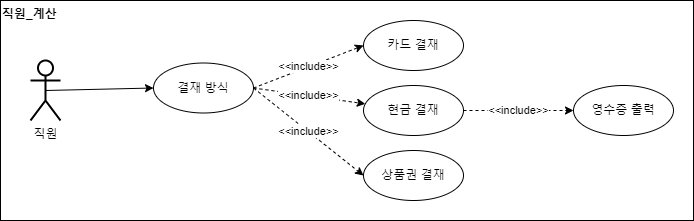
thelight0804/Design_pattern-Java keeps this draw.io diagram as Diagram/Use Case/img/1.10 Pay_Usecase.png. Above is the earlier version. Source tidied: cells renumbered, new cells last; positions are measured from the earlier drawing's top-left corner, leaving out a move shared by most shapes.
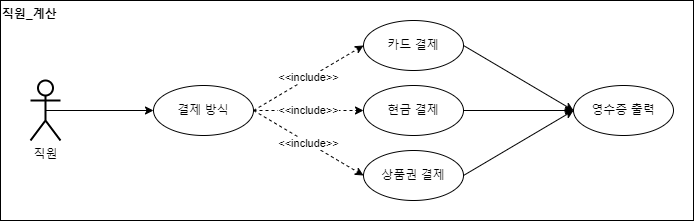
Above is the later version.

Diff of the diagram source:
```diff
@@ -3,7 +3,7 @@
     <mxCell id="0" />
     <mxCell id="1" parent="0" />
     <mxCell id="2" value="직원" style="shape=umlActor;verticalLabelPosition=bottom;verticalAlign=top;html=1;outlineConnect=0;strokeWidth=2;" parent="1" vertex="1">
-      <mxGeometry x="30" y="60" width="30" height="60" as="geometry" />
+      <mxGeometry x="30" y="80" width="30" height="60" as="geometry" />
     </mxCell>
     <mxCell id="3" value="직원_계산" style="text;html=1;strokeColor=#000000;fillColor=none;align=left;verticalAlign=top;rounded=0;fontStyle=1;fontColor=#000000;labelBackgroundColor=none;labelBorderColor=none;whiteSpace=wrap;" parent="1" vertex="1">
       <mxGeometry width="693" height="220" as="geometry" />
@@ -14,14 +14,14 @@
     <mxCell id="5" value="&amp;lt;&amp;lt;include&amp;gt;&amp;gt;" style="edgeStyle=none;rounded=0;jettySize=auto;html=1;entryX=0;entryY=0.5;entryDx=0;entryDy=0;fontColor=#000000;endArrow=classic;endFill=1;dashed=1;exitX=1;exitY=0.5;exitDx=0;exitDy=0;" parent="1" edge="1" source="8" target="6">
       <mxGeometry relative="1" as="geometry" />
     </mxCell>
-    <mxCell id="6" value="&lt;font color=&quot;#000000&quot;&gt;카드 결재&lt;br&gt;&lt;/font&gt;" style="ellipse;whiteSpace=wrap;html=1;fontColor=#B9E0A5;strokeColor=#000000;strokeWidth=1;" parent="1" vertex="1">
+    <mxCell id="6" value="&lt;font color=&quot;#000000&quot;&gt;카드 결&lt;/font&gt;&lt;span style=&quot;color: rgb(0, 0, 0);&quot;&gt;제&lt;/span&gt;&lt;font color=&quot;#000000&quot;&gt;&lt;br&gt;&lt;/font&gt;" style="ellipse;whiteSpace=wrap;html=1;fontColor=#B9E0A5;strokeColor=#000000;strokeWidth=1;" parent="1" vertex="1">
       <mxGeometry x="363" y="20" width="100" height="50" as="geometry" />
     </mxCell>
-    <mxCell id="7" value="&lt;font color=&quot;#000000&quot;&gt;현금 결재&lt;br&gt;&lt;/font&gt;" style="ellipse;whiteSpace=wrap;html=1;fontColor=#B9E0A5;strokeColor=#000000;strokeWidth=1;" parent="1" vertex="1">
+    <mxCell id="7" value="&lt;font color=&quot;#000000&quot;&gt;현금 결&lt;/font&gt;&lt;span style=&quot;color: rgb(0, 0, 0);&quot;&gt;제&lt;/span&gt;&lt;font color=&quot;#000000&quot;&gt;&lt;br&gt;&lt;/font&gt;" style="ellipse;whiteSpace=wrap;html=1;fontColor=#B9E0A5;strokeColor=#000000;strokeWidth=1;" parent="1" vertex="1">
       <mxGeometry x="363" y="85" width="100" height="50" as="geometry" />
     </mxCell>
-    <mxCell id="8" value="&lt;span style=&quot;color: rgb(0, 0, 0);&quot;&gt;결재 방식&lt;/span&gt;&lt;font color=&quot;#000000&quot;&gt;&lt;br&gt;&lt;/font&gt;" style="ellipse;whiteSpace=wrap;html=1;fontColor=#B9E0A5;strokeColor=#000000;strokeWidth=1;" parent="1" vertex="1">
-      <mxGeometry x="153" y="62.5" width="100" height="50" as="geometry" />
+    <mxCell id="8" value="&lt;span style=&quot;color: rgb(0, 0, 0);&quot;&gt;결&lt;/span&gt;&lt;span style=&quot;color: rgb(0, 0, 0);&quot;&gt;제&lt;/span&gt;&lt;span style=&quot;color: rgb(0, 0, 0);&quot;&gt;&amp;nbsp;방식&lt;/span&gt;&lt;font color=&quot;#000000&quot;&gt;&lt;br&gt;&lt;/font&gt;" style="ellipse;whiteSpace=wrap;html=1;fontColor=#B9E0A5;strokeColor=#000000;strokeWidth=1;" parent="1" vertex="1">
+      <mxGeometry x="153" y="85" width="100" height="50" as="geometry" />
     </mxCell>
     <mxCell id="9" style="edgeStyle=none;rounded=0;jettySize=auto;html=1;entryX=0;entryY=0.5;entryDx=0;entryDy=0;fontColor=#000000;endArrow=classic;endFill=1;exitX=0.5;exitY=0.5;exitDx=0;exitDy=0;exitPerimeter=0;" parent="1" edge="1" source="2" target="8">
       <mxGeometry relative="1" as="geometry" />
@@ -29,14 +29,20 @@
     <mxCell id="10" value="&lt;font color=&quot;#000000&quot;&gt;영수증 출력&lt;/font&gt;" style="ellipse;whiteSpace=wrap;html=1;fontColor=#B9E0A5;strokeColor=#000000;strokeWidth=1;" parent="1" vertex="1">
       <mxGeometry x="573" y="85" width="100" height="50" as="geometry" />
     </mxCell>
-    <mxCell id="11" value="&lt;font color=&quot;#000000&quot;&gt;상품권 결재&lt;br&gt;&lt;/font&gt;" style="ellipse;whiteSpace=wrap;html=1;fontColor=#B9E0A5;strokeColor=#000000;strokeWidth=1;" parent="1" vertex="1">
+    <mxCell id="11" value="&lt;font color=&quot;#000000&quot;&gt;상품권 결&lt;/font&gt;&lt;span style=&quot;color: rgb(0, 0, 0);&quot;&gt;제&lt;/span&gt;&lt;font color=&quot;#000000&quot;&gt;&lt;br&gt;&lt;/font&gt;" style="ellipse;whiteSpace=wrap;html=1;fontColor=#B9E0A5;strokeColor=#000000;strokeWidth=1;" parent="1" vertex="1">
       <mxGeometry x="363" y="150" width="100" height="50" as="geometry" />
     </mxCell>
     <mxCell id="12" value="&amp;lt;&amp;lt;include&amp;gt;&amp;gt;" style="edgeStyle=none;rounded=0;jettySize=auto;html=1;fontColor=#000000;endArrow=classic;endFill=1;dashed=1;exitX=1;exitY=0.5;exitDx=0;exitDy=0;entryX=0;entryY=0.5;entryDx=0;entryDy=0;" parent="1" edge="1" source="8" target="11">
       <mxGeometry relative="1" as="geometry" />
     </mxCell>
-    <mxCell id="13" value="&amp;lt;&amp;lt;include&amp;gt;&amp;gt;" style="edgeStyle=none;rounded=0;jettySize=auto;html=1;fontColor=#000000;endArrow=classic;endFill=1;dashed=1;exitX=1;exitY=0.5;exitDx=0;exitDy=0;entryX=0;entryY=0.5;entryDx=0;entryDy=0;" parent="1" edge="1" source="7" target="10">
+    <mxCell id="13" style="edgeStyle=none;rounded=0;jettySize=auto;html=1;fontColor=#000000;endArrow=classic;endFill=1;exitX=1;exitY=0.5;exitDx=0;exitDy=0;entryX=0;entryY=0.5;entryDx=0;entryDy=0;" parent="1" edge="1" source="7" target="10">
       <mxGeometry relative="1" as="geometry" />
     </mxCell>
+    <mxCell id="14" style="edgeStyle=none;rounded=0;jettySize=auto;html=1;fontColor=#000000;endArrow=classic;endFill=1;entryX=0;entryY=0.5;entryDx=0;entryDy=0;exitX=1;exitY=0.5;exitDx=0;exitDy=0;" parent="1" edge="1" source="6" target="10">
+      <mxGeometry relative="1" as="geometry" />
+    </mxCell>
+    <mxCell id="15" style="edgeStyle=none;rounded=0;jettySize=auto;html=1;fontColor=#000000;endArrow=classic;endFill=1;entryX=0;entryY=0.5;entryDx=0;entryDy=0;exitX=1;exitY=0.5;exitDx=0;exitDy=0;" parent="1" edge="1" source="11" target="10">
+      <mxGeometry relative="1" as="geometry" />
+    </mxCell>
   </root>
 </mxGraphModel>
```
